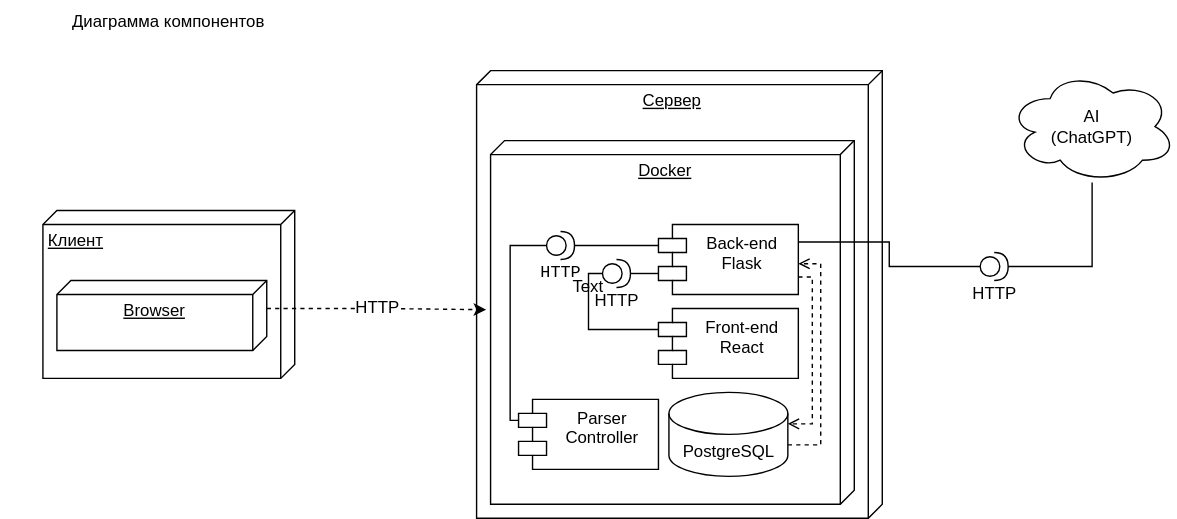
Above: Диаграммы/componentsDiagram.svg in 0hJonny/Diplom_60701_ (draw.io), before the change. Source tidied: cells renumbered, new cells last; positions are measured from the earlier drawing's top-left corner, leaving out a move shared by most shapes.
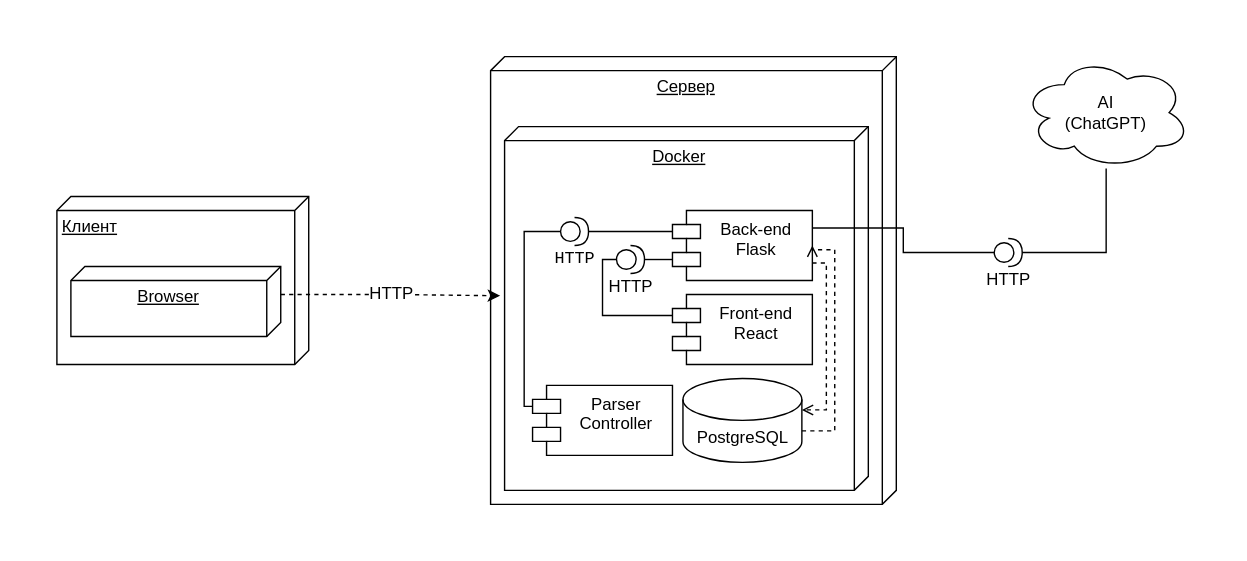
Above is the later version.

Diff of the diagram source:
```diff
@@ -85,11 +85,5 @@
     <mxCell id="22" value="&lt;font style=&quot;font-size: 12px;&quot;&gt;HTTP&lt;/font&gt;" style="edgeStyle=orthogonalEdgeStyle;rounded=0;jettySize=auto;html=1;exitX=0;exitY=0;exitDx=20;exitDy=0;exitPerimeter=0;entryX=0.465;entryY=1.012;entryDx=0;entryDy=0;entryPerimeter=0;dashed=1;" parent="1" edge="1" source="3" target="5">
       <mxGeometry relative="1" as="geometry" />
     </mxCell>
-    <mxCell id="23" value="Text" style="text;html=1;strokeColor=none;fillColor=none;align=center;verticalAlign=middle;whiteSpace=wrap;rounded=0;" parent="1" vertex="1">
-      <mxGeometry x="390" y="190" width="60" height="30" as="geometry" />
-    </mxCell>
-    <mxCell id="24" value="Диаграмма компонентов" style="text;html=1;strokeColor=none;fillColor=none;align=center;verticalAlign=middle;whiteSpace=wrap;rounded=0;" parent="1" vertex="1">
-      <mxGeometry width="240" height="30" as="geometry" />
-    </mxCell>
   </root>
 </mxGraphModel>
```
